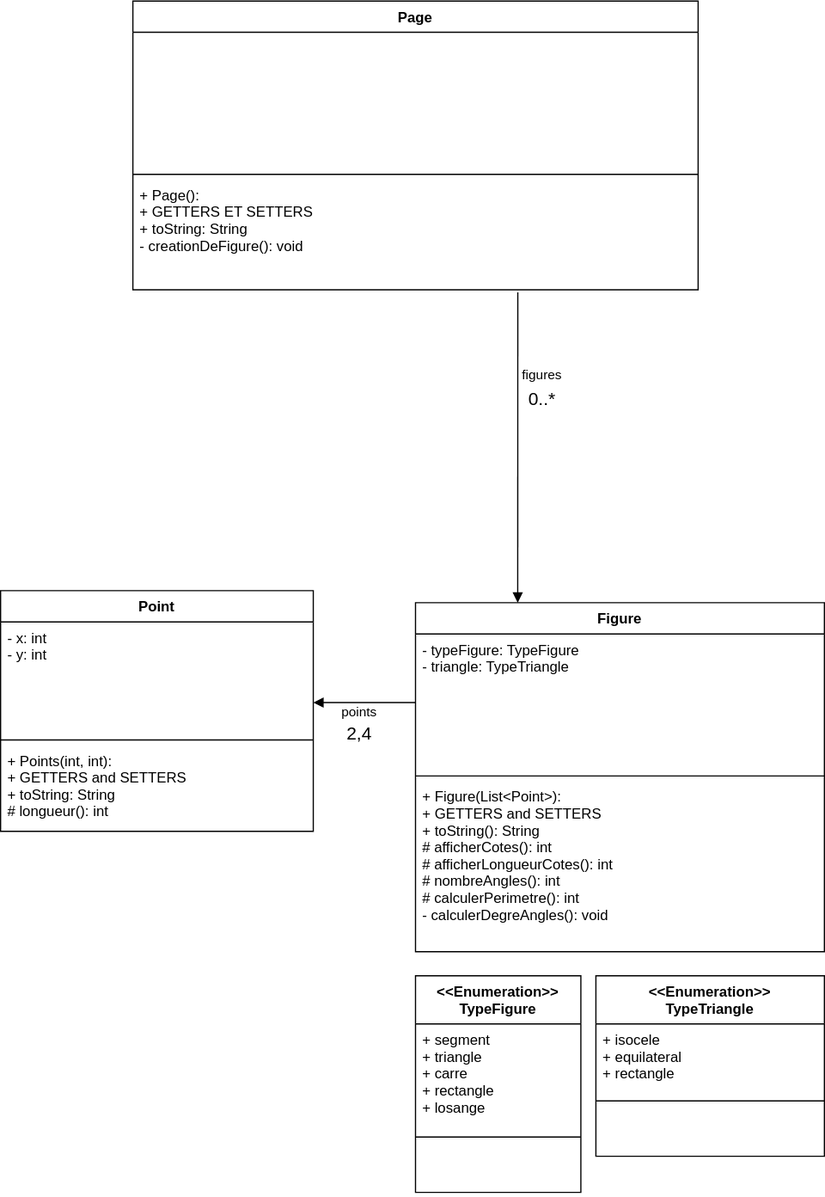
This is TP10_Geometrie/assets/diagramme_de_classe.drawio.svg from jeremyfouquet/polymorphisme_java, a draw.io export, as it was before one commit. Source tidied: cells renumbered, new cells last; positions are measured from the earlier drawing's top-left corner, leaving out a move shared by most shapes.
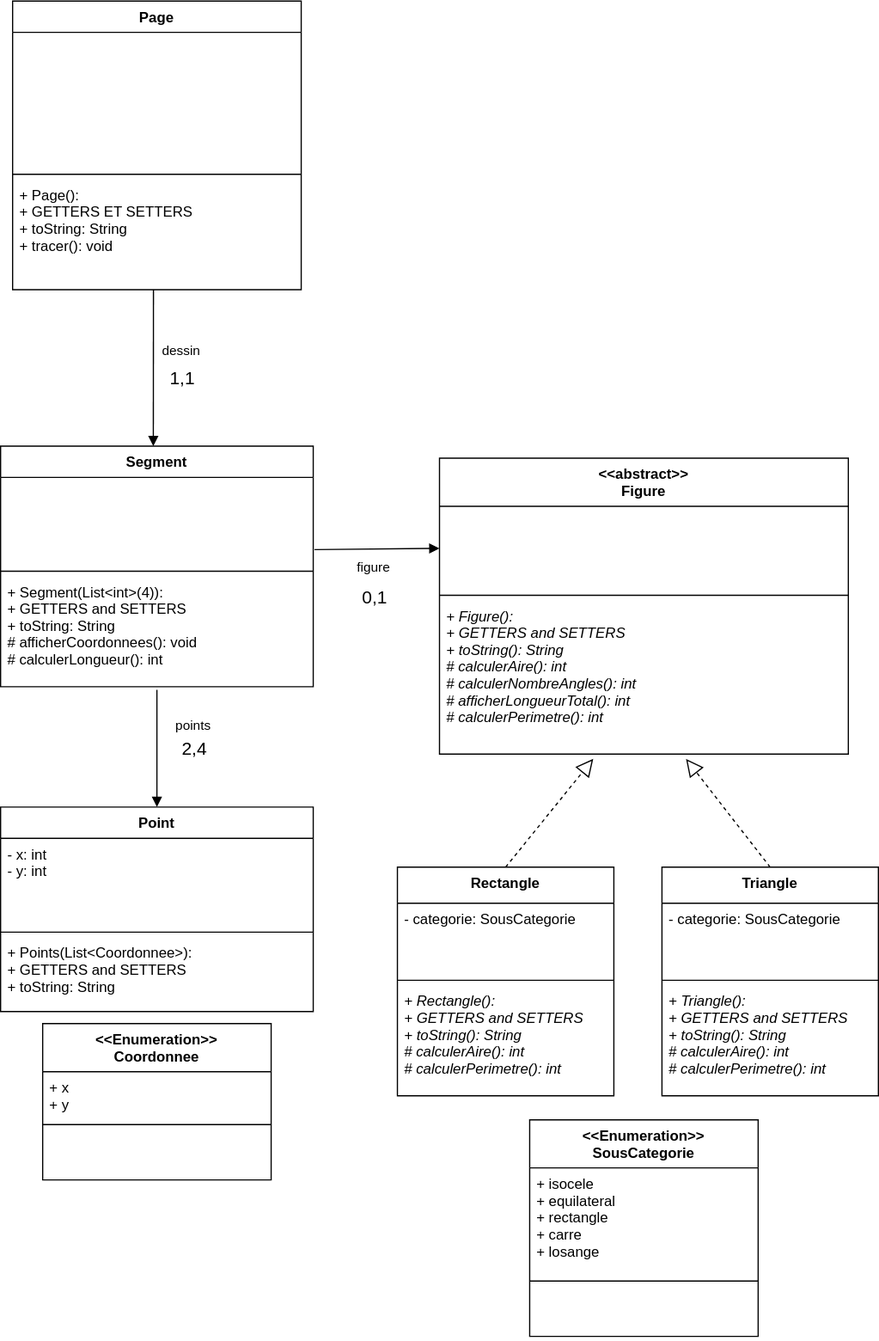
The same diagram one commit later.

Commit message:
diagramme corrigé

diagramme corrigé

The edit, as a diff of the source:
```diff
@@ -3,82 +3,132 @@
     <mxCell id="0" />
     <mxCell id="1" parent="0" />
     <mxCell id="2" value="Point" style="swimlane;fontStyle=1;align=center;verticalAlign=top;horizontal=1;startSize=26;" parent="1" vertex="1">
-      <mxGeometry y="490" width="260" height="200" as="geometry" />
+      <mxGeometry x="-20" y="790" width="260" height="170" as="geometry" />
     </mxCell>
     <mxCell id="3" value="- x: int&#10;- y: int" style="text;strokeColor=none;fillColor=none;align=left;verticalAlign=top;spacingLeft=4;spacingRight=4;overflow=hidden;fontStyle=0;" parent="2" vertex="1">
-      <mxGeometry y="26" width="260" height="94" as="geometry" />
+      <mxGeometry y="26" width="260" height="74" as="geometry" />
     </mxCell>
     <mxCell id="4" style="line;strokeWidth=1;fillColor=none;align=left;verticalAlign=middle;spacingTop=-1;spacingLeft=3;spacingRight=3;labelPosition=right;" parent="2" vertex="1">
-      <mxGeometry y="120" width="260" height="8" as="geometry" />
+      <mxGeometry y="100" width="260" height="8" as="geometry" />
     </mxCell>
-    <mxCell id="5" value="+ Points(int, int):&#10;+ GETTERS and SETTERS&#10;+ toString: String&#10;# longueur(): int" style="text;strokeColor=none;fillColor=none;align=left;verticalAlign=top;spacingLeft=4;spacingRight=4;overflow=hidden;fontStyle=0;" parent="2" vertex="1">
-      <mxGeometry y="128" width="260" height="72" as="geometry" />
+    <mxCell id="5" value="+ Points(List&lt;Coordonnee&gt;):&#10;+ GETTERS and SETTERS&#10;+ toString: String" style="text;strokeColor=none;fillColor=none;align=left;verticalAlign=top;spacingLeft=4;spacingRight=4;overflow=hidden;fontStyle=0;" parent="2" vertex="1">
+      <mxGeometry y="108" width="260" height="62" as="geometry" />
     </mxCell>
-    <mxCell id="6" value="Figure" style="swimlane;fontStyle=1;align=center;verticalAlign=top;horizontal=1;startSize=26;" parent="1" vertex="1">
-      <mxGeometry x="345" y="500" width="340" height="290" as="geometry" />
+    <mxCell id="6" value="&lt;&lt;abstract&gt;&gt;&#10;Figure" style="swimlane;fontStyle=1;align=center;verticalAlign=top;horizontal=1;startSize=40;" parent="1" vertex="1">
+      <mxGeometry x="345" y="500" width="340" height="246" as="geometry" />
     </mxCell>
-    <mxCell id="7" value="- typeFigure: TypeFigure&#10;- triangle: TypeTriangle" style="text;strokeColor=none;fillColor=none;align=left;verticalAlign=top;spacingLeft=4;spacingRight=4;overflow=hidden;points=[[0,0.5],[1,0.5]];portConstraint=eastwest;fontStyle=0;" parent="6" vertex="1">
-      <mxGeometry y="26" width="340" height="114" as="geometry" />
+    <mxCell id="7" value=" " style="text;strokeColor=none;fillColor=none;align=left;verticalAlign=top;spacingLeft=4;spacingRight=4;overflow=hidden;points=[[0,0.5],[1,0.5]];portConstraint=eastwest;fontStyle=0;" parent="6" vertex="1">
+      <mxGeometry y="40" width="340" height="70" as="geometry" />
     </mxCell>
     <mxCell id="8" style="line;strokeWidth=1;fillColor=none;align=left;verticalAlign=middle;spacingTop=-1;spacingLeft=3;spacingRight=3;labelPosition=right;" parent="6" vertex="1">
-      <mxGeometry y="140" width="340" height="8" as="geometry" />
+      <mxGeometry y="110" width="340" height="8" as="geometry" />
     </mxCell>
-    <mxCell id="9" value="+ Figure(List&lt;Point&gt;):&#10;+ GETTERS and SETTERS&#10;+ toString(): String&#10;# afficherCotes(): int&#10;# afficherLongueurCotes(): int&#10;# nombreAngles(): int&#10;# calculerPerimetre(): int&#10;- calculerDegreAngles(): void&#10;" style="text;strokeColor=none;fillColor=none;align=left;verticalAlign=top;spacingLeft=4;spacingRight=4;overflow=hidden;points=[[0,0.5],[1,0.5]];portConstraint=eastwest;fontStyle=0;" parent="6" vertex="1">
-      <mxGeometry y="148" width="340" height="142" as="geometry" />
+    <mxCell id="9" value="+ Figure():&#10;+ GETTERS and SETTERS&#10;+ toString(): String&#10;# calculerAire(): int&#10;# calculerNombreAngles(): int&#10;# afficherLongueurTotal(): int&#10;# calculerPerimetre(): int" style="text;strokeColor=none;fillColor=none;align=left;verticalAlign=top;spacingLeft=4;spacingRight=4;overflow=hidden;points=[[0,0.5],[1,0.5]];portConstraint=eastwest;fontStyle=2;" parent="6" vertex="1">
+      <mxGeometry y="118" width="340" height="128" as="geometry" />
     </mxCell>
-    <mxCell id="10" value="&lt;&lt;Enumeration&gt;&gt;&#10;TypeFigure" style="swimlane;fontStyle=1;align=center;verticalAlign=top;horizontal=1;startSize=40;" parent="1" vertex="1">
-      <mxGeometry x="345" y="810" width="137.5" height="180" as="geometry" />
-    </mxCell>
-    <mxCell id="11" value="+ segment&#10;+ triangle&#10;+ carre&#10;+ rectangle&#10;+ losange" style="text;strokeColor=none;fillColor=none;align=left;verticalAlign=top;spacingLeft=4;spacingRight=4;overflow=hidden;fontStyle=0;" parent="10" vertex="1">
-      <mxGeometry y="40" width="137.5" height="90" as="geometry" />
-    </mxCell>
-    <mxCell id="12" style="line;strokeWidth=1;fillColor=none;align=left;verticalAlign=middle;spacingTop=-1;spacingLeft=3;spacingRight=3;labelPosition=right;" parent="10" vertex="1">
-      <mxGeometry y="130" width="137.5" height="8" as="geometry" />
-    </mxCell>
-    <mxCell id="13" value=" " style="text;strokeColor=none;fillColor=none;align=left;verticalAlign=top;spacingLeft=4;spacingRight=4;overflow=hidden;fontStyle=0;" parent="10" vertex="1">
-      <mxGeometry y="138" width="137.5" height="42" as="geometry" />
-    </mxCell>
     <mxCell id="14" value="Page" style="swimlane;fontStyle=1;align=center;verticalAlign=top;horizontal=1;startSize=26;" parent="1" vertex="1">
-      <mxGeometry x="110" width="470" height="240" as="geometry" />
+      <mxGeometry x="-10" y="120" width="240" height="240" as="geometry" />
     </mxCell>
     <mxCell id="15" value=" " style="text;strokeColor=none;fillColor=none;align=left;verticalAlign=top;spacingLeft=4;spacingRight=4;overflow=hidden;fontStyle=0;" parent="14" vertex="1">
-      <mxGeometry y="26" width="470" height="114" as="geometry" />
+      <mxGeometry y="26" width="240" height="114" as="geometry" />
     </mxCell>
     <mxCell id="16" style="line;strokeWidth=1;fillColor=none;align=left;verticalAlign=middle;spacingTop=-1;spacingLeft=3;spacingRight=3;labelPosition=right;" parent="14" vertex="1">
-      <mxGeometry y="140" width="470" height="8" as="geometry" />
+      <mxGeometry y="140" width="240" height="8" as="geometry" />
     </mxCell>
-    <mxCell id="17" value="+ Page():&#10;+ GETTERS ET SETTERS&#10;+ toString: String&#10;- creationDeFigure(): void" style="text;strokeColor=none;fillColor=none;align=left;verticalAlign=top;spacingLeft=4;spacingRight=4;overflow=hidden;points=[[0,0.5],[1,0.5]];portConstraint=eastwest;fontStyle=0;" parent="14" vertex="1">
-      <mxGeometry y="148" width="470" height="92" as="geometry" />
+    <mxCell id="17" value="+ Page():&#10;+ GETTERS ET SETTERS&#10;+ toString: String&#10;+ tracer(): void" style="text;strokeColor=none;fillColor=none;align=left;verticalAlign=top;spacingLeft=4;spacingRight=4;overflow=hidden;points=[[0,0.5],[1,0.5]];portConstraint=eastwest;fontStyle=0;" parent="14" vertex="1">
+      <mxGeometry y="148" width="240" height="92" as="geometry" />
     </mxCell>
-    <mxCell id="18" value="points" style="html=1;verticalAlign=bottom;endArrow=block;rounded=0;exitX=0;exitY=0.5;exitDx=0;exitDy=0;" parent="1" edge="1" source="7">
-      <mxGeometry x="0.11" y="17" relative="1" as="geometry">
-        <mxPoint x="260" y="583" as="targetPoint" />
-      </mxGeometry>
+    <mxCell id="18" value="figure" style="html=1;verticalAlign=bottom;endArrow=block;rounded=0;exitX=1.004;exitY=0.811;exitDx=0;exitDy=0;exitPerimeter=0;entryX=0;entryY=0.5;entryDx=0;entryDy=0;" parent="1" edge="1" source="27" target="7">
+      <mxGeometry x="-0.06" y="-24" relative="1" as="geometry" />
     </mxCell>
-    <mxCell id="19" value="2,4" style="edgeLabel;html=1;align=center;verticalAlign=middle;fontSize=15;" parent="18" vertex="1">
+    <mxCell id="19" value="0,1" style="edgeLabel;html=1;align=center;verticalAlign=middle;fontSize=15;" parent="18" vertex="1">
       <mxGeometry x="0.4" y="-2" relative="1" as="geometry">
-        <mxPoint x="11" y="26" as="offset" />
+        <mxPoint x="-24" y="37" as="offset" />
       </mxGeometry>
     </mxCell>
-    <mxCell id="20" value="&lt;&lt;Enumeration&gt;&gt;&#10;TypeTriangle" style="swimlane;fontStyle=1;align=center;verticalAlign=top;horizontal=1;startSize=40;" parent="1" vertex="1">
-      <mxGeometry x="495" y="810" width="190" height="150" as="geometry" />
+    <mxCell id="20" value="&lt;&lt;Enumeration&gt;&gt;&#10;SousCategorie" style="swimlane;fontStyle=1;align=center;verticalAlign=top;horizontal=1;startSize=40;" parent="1" vertex="1">
+      <mxGeometry x="420" y="1050" width="190" height="180" as="geometry" />
     </mxCell>
-    <mxCell id="21" value="+ isocele&#10;+ equilateral&#10;+ rectangle" style="text;strokeColor=none;fillColor=none;align=left;verticalAlign=top;spacingLeft=4;spacingRight=4;overflow=hidden;fontStyle=0;" parent="20" vertex="1">
-      <mxGeometry y="40" width="190" height="60" as="geometry" />
+    <mxCell id="21" value="+ isocele&#10;+ equilateral&#10;+ rectangle&#10;+ carre&#10;+ losange" style="text;strokeColor=none;fillColor=none;align=left;verticalAlign=top;spacingLeft=4;spacingRight=4;overflow=hidden;fontStyle=0;" parent="20" vertex="1">
+      <mxGeometry y="40" width="190" height="90" as="geometry" />
     </mxCell>
     <mxCell id="22" style="line;strokeWidth=1;fillColor=none;align=left;verticalAlign=middle;spacingTop=-1;spacingLeft=3;spacingRight=3;labelPosition=right;" parent="20" vertex="1">
-      <mxGeometry y="100" width="190" height="8" as="geometry" />
+      <mxGeometry y="130" width="190" height="8" as="geometry" />
     </mxCell>
     <mxCell id="23" value=" " style="text;strokeColor=none;fillColor=none;align=left;verticalAlign=top;spacingLeft=4;spacingRight=4;overflow=hidden;fontStyle=0;" parent="20" vertex="1">
-      <mxGeometry y="108" width="190" height="42" as="geometry" />
+      <mxGeometry y="138" width="190" height="42" as="geometry" />
     </mxCell>
-    <mxCell id="24" value="figures" style="html=1;verticalAlign=bottom;endArrow=block;rounded=0;exitX=0.681;exitY=1.022;exitDx=0;exitDy=0;exitPerimeter=0;entryX=0.25;entryY=0;entryDx=0;entryDy=0;" parent="1" edge="1" source="17" target="6">
-      <mxGeometry x="-0.4" y="20" relative="1" as="geometry" />
-    </mxCell>
-    <mxCell id="25" value="0..*" style="edgeLabel;html=1;align=center;verticalAlign=middle;fontSize=15;" parent="24" vertex="1">
-      <mxGeometry x="0.4" y="-2" relative="1" as="geometry">
-        <mxPoint x="21" y="-93" as="offset" />
-      </mxGeometry>
-    </mxCell>
+    <mxCell id="26" value="Segment" style="swimlane;fontStyle=1;align=center;verticalAlign=top;horizontal=1;startSize=26;" parent="1" vertex="1">
+      <mxGeometry x="-20" y="490" width="260" height="200" as="geometry" />
+    </mxCell>
+    <mxCell id="27" value=" " style="text;strokeColor=none;fillColor=none;align=left;verticalAlign=top;spacingLeft=4;spacingRight=4;overflow=hidden;points=[[0,0.5],[1,0.5]];portConstraint=eastwest;fontStyle=0;" parent="26" vertex="1">
+      <mxGeometry y="26" width="260" height="74" as="geometry" />
+    </mxCell>
+    <mxCell id="28" style="line;strokeWidth=1;fillColor=none;align=left;verticalAlign=middle;spacingTop=-1;spacingLeft=3;spacingRight=3;labelPosition=right;" parent="26" vertex="1">
+      <mxGeometry y="100" width="260" height="8" as="geometry" />
+    </mxCell>
+    <mxCell id="29" value="+ Segment(List&lt;int&gt;(4)):&#10;+ GETTERS and SETTERS&#10;+ toString: String&#10;# afficherCoordonnees(): void&#10;# calculerLongueur(): int" style="text;strokeColor=none;fillColor=none;align=left;verticalAlign=top;spacingLeft=4;spacingRight=4;overflow=hidden;points=[[0,0.5],[1,0.5]];portConstraint=eastwest;fontStyle=0;" parent="26" vertex="1">
+      <mxGeometry y="108" width="260" height="92" as="geometry" />
+    </mxCell>
+    <mxCell id="30" value="points" style="html=1;verticalAlign=bottom;endArrow=block;rounded=0;exitX=0.5;exitY=1.028;exitDx=0;exitDy=0;entryX=0.5;entryY=0;entryDx=0;entryDy=0;exitPerimeter=0;" parent="1" edge="1" source="29" target="2">
+      <mxGeometry x="-0.22" y="30" relative="1" as="geometry" />
+    </mxCell>
+    <mxCell id="31" value="2,4" style="edgeLabel;html=1;align=center;verticalAlign=middle;fontSize=15;" parent="30" vertex="1">
+      <mxGeometry x="0.4" y="-2" relative="1" as="geometry">
+        <mxPoint x="32" y="-20" as="offset" />
+      </mxGeometry>
+    </mxCell>
+    <mxCell id="32" value="Triangle" style="swimlane;fontStyle=1;align=center;verticalAlign=top;horizontal=1;startSize=30;" parent="1" vertex="1">
+      <mxGeometry x="530" y="840" width="180" height="190" as="geometry" />
+    </mxCell>
+    <mxCell id="33" value="- categorie: SousCategorie" style="text;strokeColor=none;fillColor=none;align=left;verticalAlign=top;spacingLeft=4;spacingRight=4;overflow=hidden;fontStyle=0;" parent="32" vertex="1">
+      <mxGeometry y="30" width="180" height="60" as="geometry" />
+    </mxCell>
+    <mxCell id="34" style="line;strokeWidth=1;fillColor=none;align=left;verticalAlign=middle;spacingTop=-1;spacingLeft=3;spacingRight=3;labelPosition=right;" parent="32" vertex="1">
+      <mxGeometry y="90" width="180" height="8" as="geometry" />
+    </mxCell>
+    <mxCell id="35" value="+ Triangle():&#10;+ GETTERS and SETTERS&#10;+ toString(): String&#10;# calculerAire(): int&#10;# calculerPerimetre(): int" style="text;strokeColor=none;fillColor=none;align=left;verticalAlign=top;spacingLeft=4;spacingRight=4;overflow=hidden;fontStyle=2;" parent="32" vertex="1">
+      <mxGeometry y="98" width="180" height="92" as="geometry" />
+    </mxCell>
+    <mxCell id="36" value="Rectangle" style="swimlane;fontStyle=1;align=center;verticalAlign=top;horizontal=1;startSize=30;" parent="1" vertex="1">
+      <mxGeometry x="310" y="840" width="180" height="190" as="geometry" />
+    </mxCell>
+    <mxCell id="37" value="- categorie: SousCategorie" style="text;strokeColor=none;fillColor=none;align=left;verticalAlign=top;spacingLeft=4;spacingRight=4;overflow=hidden;fontStyle=0;" parent="36" vertex="1">
+      <mxGeometry y="30" width="180" height="60" as="geometry" />
+    </mxCell>
+    <mxCell id="38" style="line;strokeWidth=1;fillColor=none;align=left;verticalAlign=middle;spacingTop=-1;spacingLeft=3;spacingRight=3;labelPosition=right;" parent="36" vertex="1">
+      <mxGeometry y="90" width="180" height="8" as="geometry" />
+    </mxCell>
+    <mxCell id="39" value="+ Rectangle():&#10;+ GETTERS and SETTERS&#10;+ toString(): String&#10;# calculerAire(): int&#10;# calculerPerimetre(): int" style="text;strokeColor=none;fillColor=none;align=left;verticalAlign=top;spacingLeft=4;spacingRight=4;overflow=hidden;fontStyle=2;" parent="36" vertex="1">
+      <mxGeometry y="98" width="180" height="92" as="geometry" />
+    </mxCell>
+    <mxCell id="40" value="&lt;&lt;Enumeration&gt;&gt;&#10;Coordonnee" style="swimlane;fontStyle=1;align=center;verticalAlign=top;horizontal=1;startSize=40;" parent="1" vertex="1">
+      <mxGeometry x="15" y="970" width="190" height="130" as="geometry" />
+    </mxCell>
+    <mxCell id="41" value="+ x&#10;+ y" style="text;strokeColor=none;fillColor=none;align=left;verticalAlign=top;spacingLeft=4;spacingRight=4;overflow=hidden;fontStyle=0;" parent="40" vertex="1">
+      <mxGeometry y="40" width="190" height="40" as="geometry" />
+    </mxCell>
+    <mxCell id="42" style="line;strokeWidth=1;fillColor=none;align=left;verticalAlign=middle;spacingTop=-1;spacingLeft=3;spacingRight=3;labelPosition=right;" parent="40" vertex="1">
+      <mxGeometry y="80" width="190" height="8" as="geometry" />
+    </mxCell>
+    <mxCell id="43" value=" " style="text;strokeColor=none;fillColor=none;align=left;verticalAlign=top;spacingLeft=4;spacingRight=4;overflow=hidden;fontStyle=0;" parent="40" vertex="1">
+      <mxGeometry y="88" width="190" height="42" as="geometry" />
+    </mxCell>
+    <mxCell id="44" value="dessin" style="html=1;verticalAlign=bottom;endArrow=block;rounded=0;exitX=0.488;exitY=1;exitDx=0;exitDy=0;exitPerimeter=0;" parent="1" edge="1" source="17">
+      <mxGeometry x="-0.08" y="23" relative="1" as="geometry">
+        <mxPoint x="107" y="490" as="targetPoint" />
+      </mxGeometry>
+    </mxCell>
+    <mxCell id="45" value="1,1" style="edgeLabel;html=1;align=center;verticalAlign=middle;fontSize=15;" parent="44" vertex="1">
+      <mxGeometry x="0.4" y="-2" relative="1" as="geometry">
+        <mxPoint x="25" y="-18" as="offset" />
+      </mxGeometry>
+    </mxCell>
+    <mxCell id="46" style="endArrow=block;dashed=1;endFill=0;endSize=12;html=1;rounded=0;entryX=0.376;entryY=1.031;entryDx=0;entryDy=0;entryPerimeter=0;exitX=0.5;exitY=0;exitDx=0;exitDy=0;" parent="1" edge="1" source="36" target="9">
+      <mxGeometry relative="1" as="geometry" />
+    </mxCell>
+    <mxCell id="47" style="endArrow=block;dashed=1;endFill=0;endSize=12;html=1;rounded=0;entryX=0.603;entryY=1.031;entryDx=0;entryDy=0;entryPerimeter=0;exitX=0.5;exitY=0;exitDx=0;exitDy=0;" parent="1" edge="1" source="32" target="9">
+      <mxGeometry relative="1" as="geometry" />
+    </mxCell>
   </root>
 </mxGraphModel>
```
